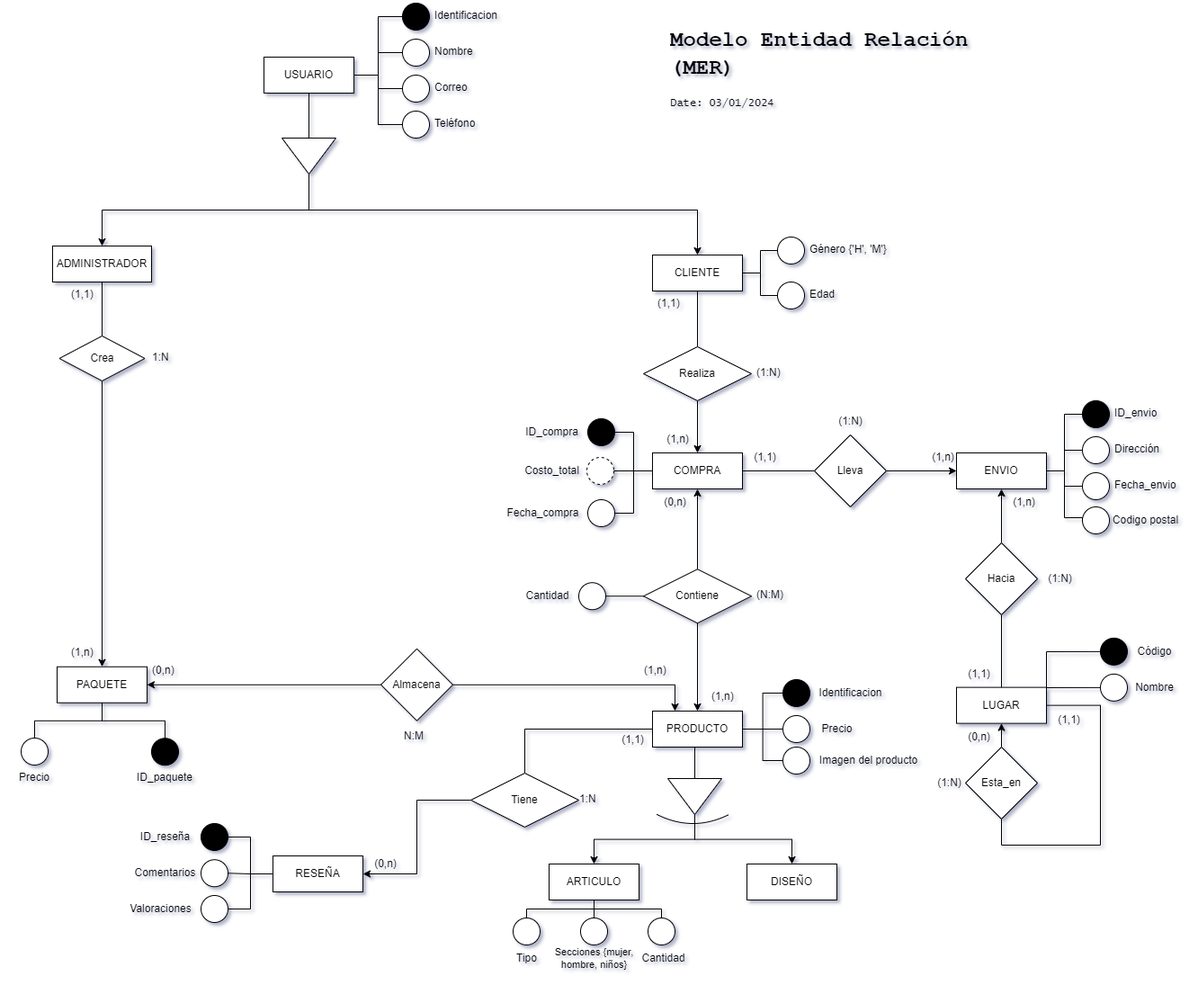
Earlier version of the draw.io export images/MER.png (DCajiao/sportswear_store). Source tidied: cells renumbered, new cells last; positions are measured from the earlier drawing's top-left corner, leaving out a move shared by most shapes.
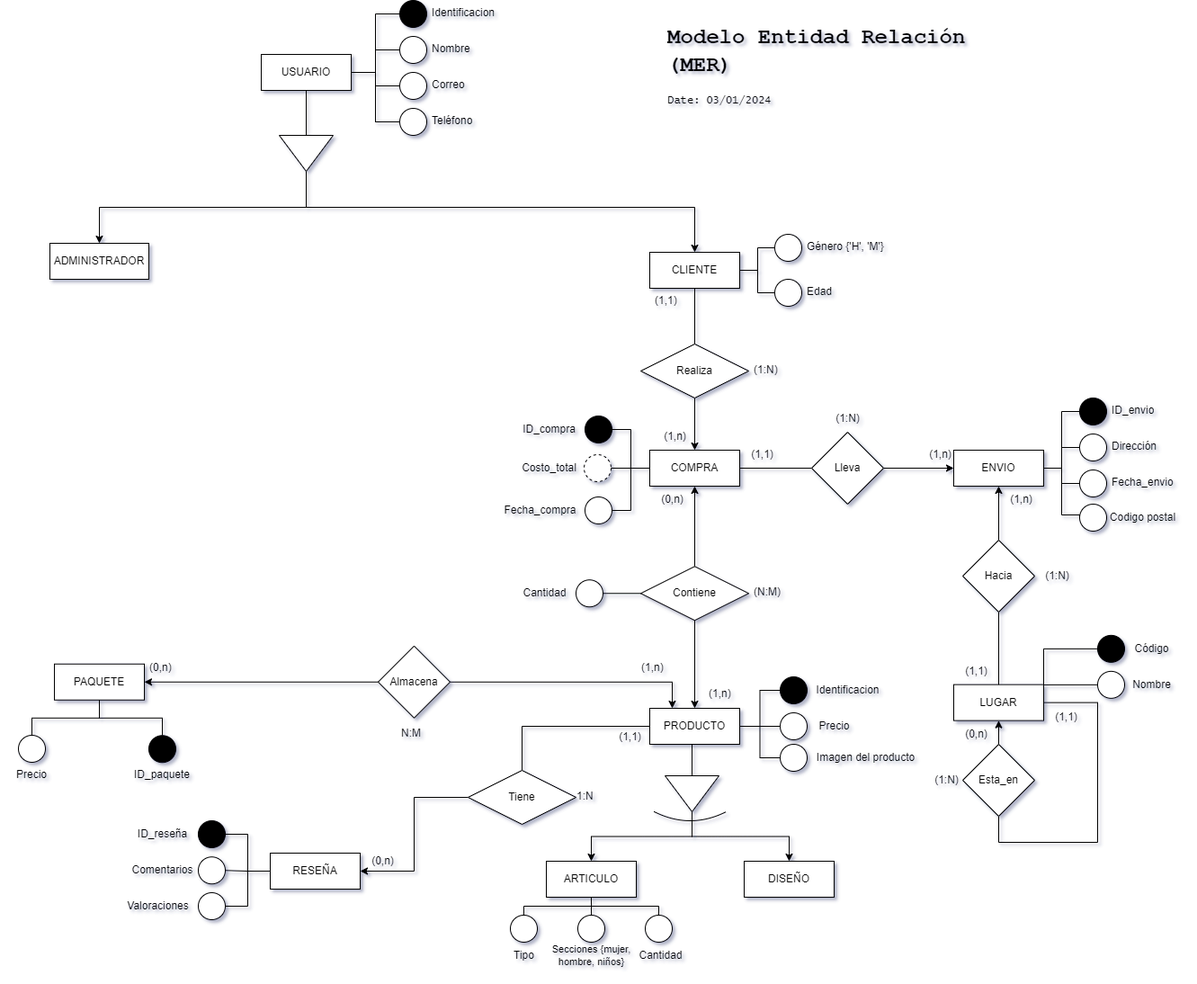
Later version of the same file.

The edit, as a diff of the source:
```diff
@@ -177,9 +177,6 @@
     <mxCell id="56" style="edgeStyle=orthogonalEdgeStyle;rounded=0;jettySize=auto;html=1;entryX=0;entryY=0.5;entryDx=0;entryDy=0;endArrow=none;endFill=0;" parent="1" edge="1" source="9" target="54">
       <mxGeometry relative="1" as="geometry" />
     </mxCell>
-    <mxCell id="57" style="edgeStyle=orthogonalEdgeStyle;rounded=0;jettySize=auto;html=1;endArrow=none;endFill=0;exitX=0.5;exitY=1;exitDx=0;exitDy=0;" parent="1" edge="1" source="58" target="61">
-      <mxGeometry relative="1" as="geometry" />
-    </mxCell>
     <mxCell id="58" value="ADMINISTRADOR" style="whiteSpace=wrap;html=1;align=center;" parent="1" vertex="1">
       <mxGeometry x="55" y="270" width="110" height="40" as="geometry" />
     </mxCell>
@@ -191,12 +188,6 @@
         </Array>
       </mxGeometry>
     </mxCell>
-    <mxCell id="60" style="edgeStyle=orthogonalEdgeStyle;rounded=0;jettySize=auto;html=1;entryX=0.5;entryY=0;entryDx=0;entryDy=0;" parent="1" edge="1" source="61" target="64">
-      <mxGeometry relative="1" as="geometry" />
-    </mxCell>
-    <mxCell id="61" value="Crea" style="shape=rhombus;perimeter=rhombusPerimeter;whiteSpace=wrap;html=1;align=center;" parent="1" vertex="1">
-      <mxGeometry x="62.5" y="370" width="95" height="50" as="geometry" />
-    </mxCell>
     <mxCell id="62" style="edgeStyle=orthogonalEdgeStyle;rounded=0;jettySize=auto;html=1;entryX=0.5;entryY=0;entryDx=0;entryDy=0;endArrow=none;endFill=0;exitX=0.5;exitY=1;exitDx=0;exitDy=0;" parent="1" edge="1" source="64" target="76">
       <mxGeometry relative="1" as="geometry" />
     </mxCell>
@@ -250,15 +241,6 @@
     <mxCell id="77" value="ID_paquete" style="text;strokeColor=none;fillColor=none;spacingLeft=4;spacingRight=4;overflow=hidden;fontSize=12;whiteSpace=wrap;html=1;align=center;" parent="1" vertex="1">
       <mxGeometry x="140" y="847" width="80" height="30" as="geometry" />
     </mxCell>
-    <mxCell id="78" value="1:N" style="text;strokeColor=none;fillColor=none;spacingLeft=4;spacingRight=4;overflow=hidden;fontSize=12;whiteSpace=wrap;html=1;" parent="1" vertex="1">
-      <mxGeometry x="160" y="380" width="40" height="30" as="geometry" />
-    </mxCell>
-    <mxCell id="79" value="(1,1)" style="text;strokeColor=none;fillColor=none;spacingLeft=4;spacingRight=4;overflow=hidden;fontSize=12;whiteSpace=wrap;html=1;" parent="1" vertex="1">
-      <mxGeometry x="70" y="310" width="40" height="30" as="geometry" />
-    </mxCell>
-    <mxCell id="80" value="(1,n)" style="text;strokeColor=none;fillColor=none;spacingLeft=4;spacingRight=4;overflow=hidden;fontSize=12;whiteSpace=wrap;html=1;" parent="1" vertex="1">
-      <mxGeometry x="70" y="707.8" width="40" height="38.2" as="geometry" />
-    </mxCell>
     <mxCell id="81" value="N:M" style="text;strokeColor=none;fillColor=none;spacingLeft=4;spacingRight=4;overflow=hidden;fontSize=12;whiteSpace=wrap;html=1;" parent="1" vertex="1">
       <mxGeometry x="440" y="800.6" width="40" height="30" as="geometry" />
     </mxCell>
```
